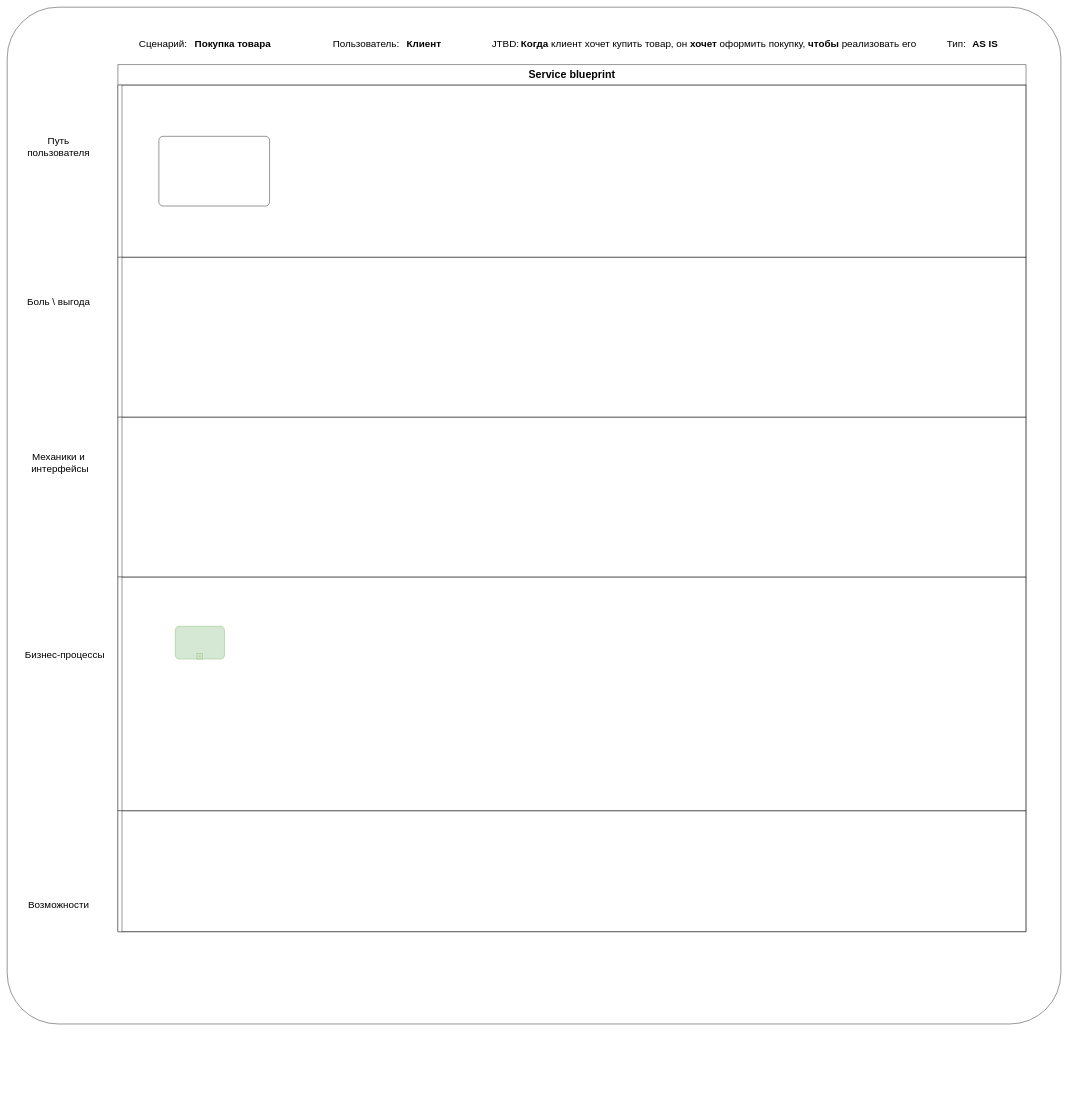
Heritager-tech/Heritager-tech keeps this draw.io diagram as Дерево_бизнес-процессов_тестовое/Шаблон Service blueprint and CJM.drawio. Above is the earlier version. Source tidied: cells renumbered, new cells numbered last; positions are measured from the earlier drawing's top-left corner, leaving out a move shared by most shapes. Both pictures are drawn from the tidied source at 41%, with x=0, y=0 at pixel (7, 7).
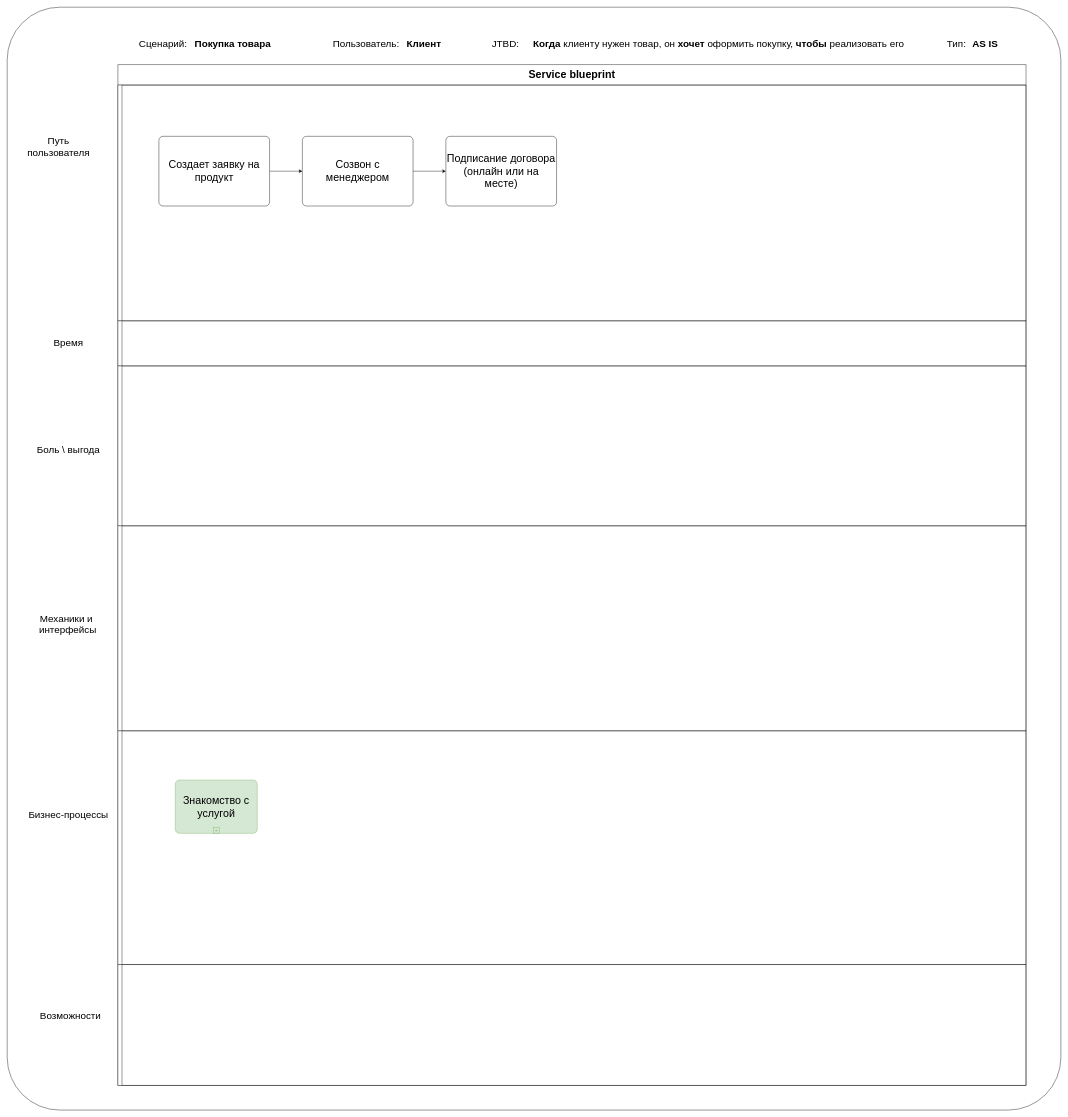
Above is the later version.

What changed in the source:
```diff
@@
     <mxCell id="2" style="rounded=1;whiteSpace=wrap;html=1;arcSize=5;" parent="1" vertex="1">
-      <mxGeometry width="2570" height="2480" as="geometry" />
+      <mxGeometry width="2570" height="2690" as="geometry" />
     </mxCell>
@@
     <mxCell id="8" value="&lt;span style=&quot;font-size: 24px;&quot;&gt;Механики и&lt;br style=&quot;font-size: 24px;&quot;&gt;&amp;nbsp;интерфейсы&lt;br style=&quot;font-size: 24px;&quot;&gt;&lt;/span&gt;" style="text;html=1;align=center;verticalAlign=middle;strokeColor=none;fillColor=none;fontSize=24;" parent="1" vertex="1">
-      <mxGeometry x="40" y="1075" width="170" height="70" as="geometry" />
+      <mxGeometry x="59" y="1470" width="170" height="70" as="geometry" />
     </mxCell>
     <mxCell id="9" value="&lt;span style=&quot;font-size: 24px;&quot;&gt;Бизнес-процессы&lt;br style=&quot;font-size: 24px;&quot;&gt;&lt;/span&gt;" style="text;html=1;align=center;verticalAlign=middle;strokeColor=none;fillColor=none;fontSize=24;" parent="1" vertex="1">
-      <mxGeometry x="30" y="1560" width="220" height="40" as="geometry" />
+      <mxGeometry x="39" y="1950" width="220" height="40" as="geometry" />
     </mxCell>
@@
     <mxCell id="11" value="&lt;span style=&quot;font-size: 24px;&quot;&gt;Возможности&lt;br style=&quot;font-size: 24px;&quot;&gt;&lt;/span&gt;" style="text;html=1;align=center;verticalAlign=middle;strokeColor=none;fillColor=none;fontSize=24;" parent="1" vertex="1">
-      <mxGeometry x="40" y="2170" width="170" height="40" as="geometry" />
+      <mxGeometry x="69" y="2440" width="170" height="40" as="geometry" />
     </mxCell>
     <mxCell id="12" value="&lt;span style=&quot;font-size: 24px;&quot;&gt;Боль \ выгода&lt;br style=&quot;font-size: 24px;&quot;&gt;&lt;/span&gt;" style="text;html=1;align=center;verticalAlign=middle;strokeColor=none;fillColor=none;fontSize=24;" parent="1" vertex="1">
-      <mxGeometry x="35" y="700" width="180" height="40" as="geometry" />
+      <mxGeometry x="59" y="1060" width="180" height="40" as="geometry" />
     </mxCell>
@@
     <mxCell id="14" value="&lt;font style=&quot;font-size: 26px;&quot;&gt;Service blueprint&lt;/font&gt;" style="swimlane;html=1;horizontal=1;startSize=50;whiteSpace=wrap;" parent="1" vertex="1">
-      <mxGeometry x="270" y="140" width="2215" height="2115" as="geometry" />
+      <mxGeometry x="270" y="140" width="2215" height="2490" as="geometry" />
     </mxCell>
     <mxCell id="15" style="swimlane;html=1;startSize=10;horizontal=0;whiteSpace=wrap;" parent="14" vertex="1">
-      <mxGeometry y="50" width="2215" height="420" as="geometry" />
+      <mxGeometry y="50" width="2215" height="575" as="geometry" />
     </mxCell>
+    <mxCell id="24" style="edgeStyle=none;html=1;" parent="15" edge="1" source="16" target="26">
+      <mxGeometry relative="1" as="geometry" />
+    </mxCell>
-    <mxCell id="16" style="points=[[0.25,0,0],[0.5,0,0],[0.75,0,0],[1,0.25,0],[1,0.5,0],[1,0.75,0],[0.75,1,0],[0.5,1,0],[0.25,1,0],[0,0.75,0],[0,0.5,0],[0,0.25,0]];shape=mxgraph.bpmn.task;whiteSpace=wrap;rectStyle=rounded;size=10;html=1;taskMarker=abstract;fontSize=26;" parent="15" vertex="1">
+    <mxCell id="16" value="Создает заявку на продукт" style="points=[[0.25,0,0],[0.5,0,0],[0.75,0,0],[1,0.25,0],[1,0.5,0],[1,0.75,0],[0.75,1,0],[0.5,1,0],[0.25,1,0],[0,0.75,0],[0,0.5,0],[0,0.25,0]];shape=mxgraph.bpmn.task;whiteSpace=wrap;rectStyle=rounded;size=10;html=1;taskMarker=abstract;fontSize=26;" parent="15" vertex="1">
       <mxGeometry x="100" y="125" width="270" height="170" as="geometry" />
     </mxCell>
+    <mxCell id="25" style="edgeStyle=none;html=1;" parent="15" edge="1" source="26" target="27">
+      <mxGeometry relative="1" as="geometry" />
+    </mxCell>
+    <mxCell id="26" value="Созвон с менеджером" style="points=[[0.25,0,0],[0.5,0,0],[0.75,0,0],[1,0.25,0],[1,0.5,0],[1,0.75,0],[0.75,1,0],[0.5,1,0],[0.25,1,0],[0,0.75,0],[0,0.5,0],[0,0.25,0]];shape=mxgraph.bpmn.task;whiteSpace=wrap;rectStyle=rounded;size=10;html=1;taskMarker=abstract;fontSize=26;" parent="15" vertex="1">
+      <mxGeometry x="450" y="125" width="270" height="170" as="geometry" />
+    </mxCell>
+    <mxCell id="27" value="Подписание договора (онлайн или на месте)" style="points=[[0.25,0,0],[0.5,0,0],[0.75,0,0],[1,0.25,0],[1,0.5,0],[1,0.75,0],[0.75,1,0],[0.5,1,0],[0.25,1,0],[0,0.75,0],[0,0.5,0],[0,0.25,0]];shape=mxgraph.bpmn.task;whiteSpace=wrap;rectStyle=rounded;size=10;html=1;taskMarker=abstract;fontSize=26;" parent="15" vertex="1">
+      <mxGeometry x="800" y="125" width="270" height="170" as="geometry" />
+    </mxCell>
+    <mxCell id="28" style="swimlane;html=1;startSize=10;horizontal=0;whiteSpace=wrap;" parent="14" vertex="1">
+      <mxGeometry y="625" width="2215" height="110" as="geometry" />
+    </mxCell>
     <mxCell id="17" style="swimlane;html=1;startSize=10;horizontal=0;verticalAlign=middle;whiteSpace=wrap;" parent="14" vertex="1">
-      <mxGeometry y="470" width="2215" height="390" as="geometry" />
+      <mxGeometry y="735" width="2215" height="390" as="geometry" />
     </mxCell>
     <mxCell id="18" style="swimlane;html=1;startSize=10;horizontal=0;verticalAlign=middle;whiteSpace=wrap;" parent="14" vertex="1">
-      <mxGeometry y="860" width="2215" height="390" as="geometry" />
+      <mxGeometry y="1125" width="2215" height="500" as="geometry" />
     </mxCell>
     <mxCell id="19" style="swimlane;html=1;startSize=10;horizontal=0;" parent="14" vertex="1">
-      <mxGeometry y="1250" width="2215" height="570" as="geometry" />
+      <mxGeometry y="1625" width="2215" height="570" as="geometry" />
     </mxCell>
-    <mxCell id="20" style="shape=mxgraph.bpmn.task;whiteSpace=wrap;rectStyle=rounded;size=10;html=1;taskMarker=abstract;isLoopSub=1;fillColor=#d5e8d4;strokeColor=#82b366;fontSize=26;" parent="19" vertex="1">
-      <mxGeometry x="140" y="120" width="120" height="80" as="geometry" />
+    <mxCell id="20" value="Знакомство с услугой" style="shape=mxgraph.bpmn.task;whiteSpace=wrap;rectStyle=rounded;size=10;html=1;taskMarker=abstract;isLoopSub=1;fillColor=#d5e8d4;strokeColor=#82b366;fontSize=26;" parent="19" vertex="1">
+      <mxGeometry x="140" y="120" width="200" height="130" as="geometry" />
     </mxCell>
     <mxCell id="21" style="swimlane;html=1;startSize=10;horizontal=0;" parent="14" vertex="1">
-      <mxGeometry y="1820" width="2215" height="295" as="geometry" />
+      <mxGeometry y="2195" width="2215" height="295" as="geometry" />
     </mxCell>
-    <mxCell id="22" value="&lt;span style=&quot;font-size: 24px;&quot;&gt;&lt;b&gt;Когда&lt;/b&gt; клиент хочет купить товар, он &lt;b&gt;хочет&lt;/b&gt;&amp;nbsp;оформить покупку, &lt;b&gt;чтобы&lt;/b&gt; реализовать его&lt;/span&gt;" style="text;html=1;align=center;verticalAlign=middle;strokeColor=none;fillColor=none;fontSize=24;" parent="1" vertex="1">
-      <mxGeometry x="1240" y="70" width="990" height="40" as="geometry" />
+    <mxCell id="22" value="&lt;span style=&quot;font-size: 24px;&quot;&gt;&lt;b&gt;Когда&lt;/b&gt; клиенту нужен товар, он &lt;b&gt;хочет&lt;/b&gt;&amp;nbsp;оформить покупку, &lt;b&gt;чтобы&lt;/b&gt; реализовать его&lt;/span&gt;" style="text;html=1;align=center;verticalAlign=middle;strokeColor=none;fillColor=none;fontSize=24;" parent="1" vertex="1">
+      <mxGeometry x="1270" y="70" width="930" height="40" as="geometry" />
     </mxCell>
@@
+    <mxCell id="29" value="&lt;span style=&quot;font-size: 24px;&quot;&gt;Время&lt;br style=&quot;font-size: 24px;&quot;&gt;&lt;/span&gt;" style="text;html=1;align=center;verticalAlign=middle;strokeColor=none;fillColor=none;fontSize=24;" parent="1" vertex="1">
+      <mxGeometry x="99" y="800" width="100" height="40" as="geometry" />
+    </mxCell>
```
